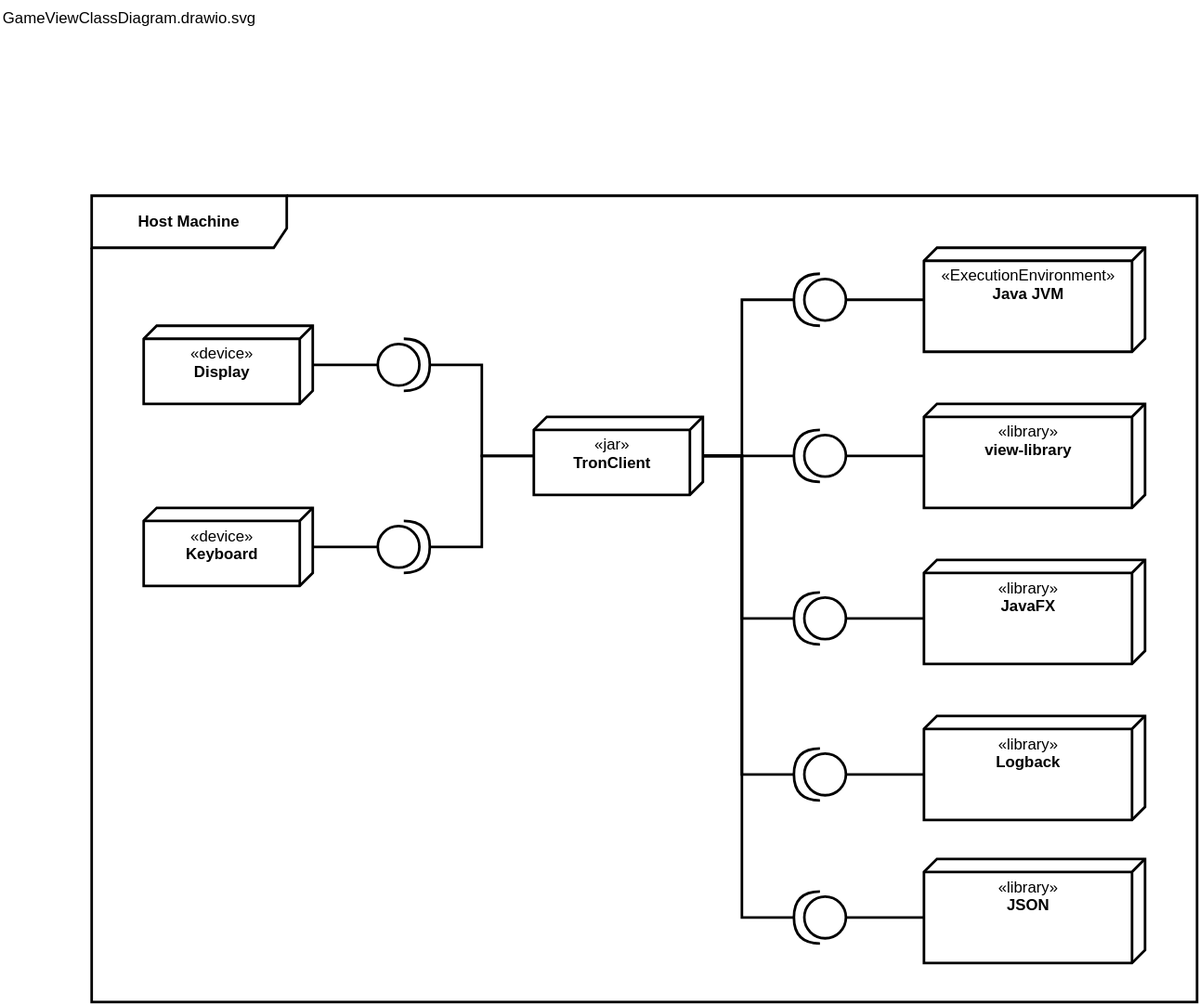
Earlier version of the draw.io export docs/application/diagrams/TechnicalContext.drawio.svg (HaniAlshikh/tron). Source tidied: cells renumbered, new cells last; positions are measured from the earlier drawing's top-left corner, leaving out a move shared by most shapes.
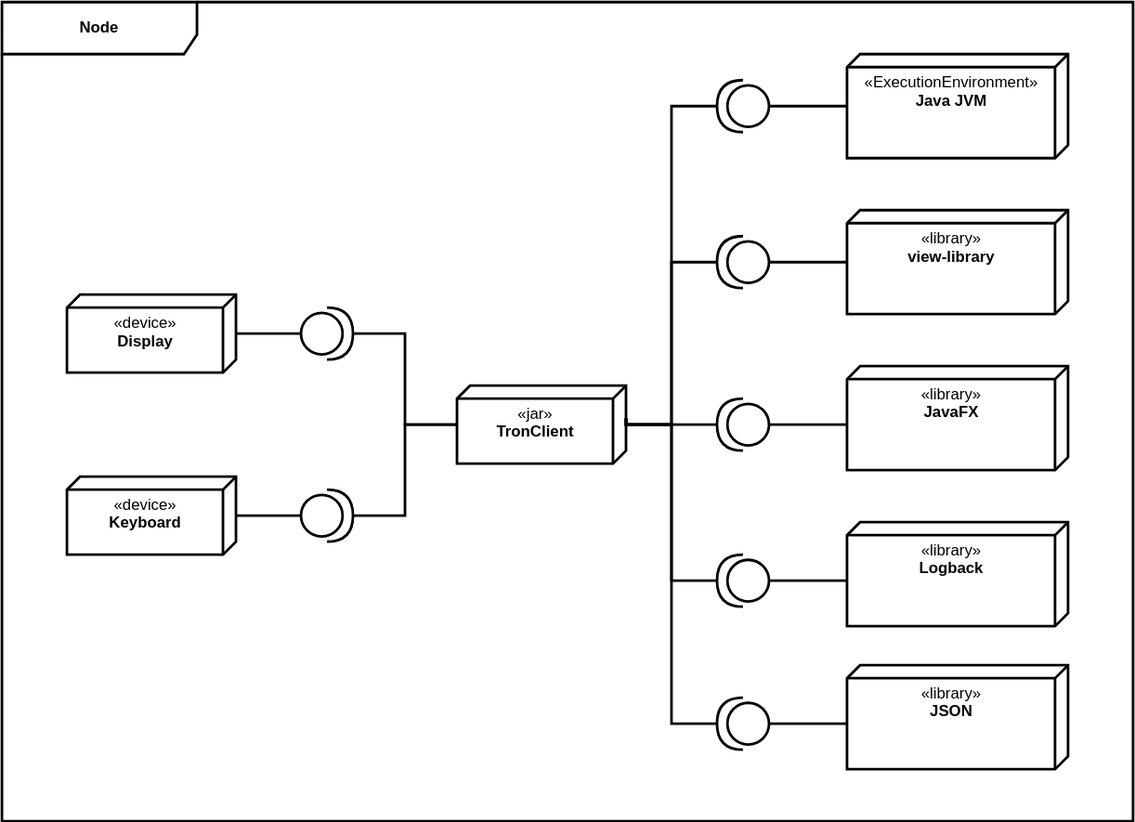
The same file after the commit.

Change to the diagram source:
```diff
@@ -2,20 +2,20 @@
   <root>
     <mxCell id="0" />
     <mxCell id="1" parent="0" />
-    <mxCell id="2" value="&lt;b&gt;Host Machine&lt;/b&gt;" style="shape=umlFrame;whiteSpace=wrap;html=1;fontFamily=Helvetica;strokeWidth=2;align=center;verticalAlign=middle;width=150;height=40;" parent="1" vertex="1">
-      <mxGeometry x="70" y="150" width="850" height="620" as="geometry" />
+    <mxCell id="2" value="&lt;b&gt;Node&lt;/b&gt;" style="shape=umlFrame;whiteSpace=wrap;html=1;fontFamily=Helvetica;strokeWidth=2;align=center;verticalAlign=middle;width=150;height=40;" parent="1" vertex="1">
+      <mxGeometry x="60" y="150" width="870" height="630" as="geometry" />
     </mxCell>
     <mxCell id="3" style="edgeStyle=orthogonalEdgeStyle;rounded=0;jettySize=auto;html=1;entryX=0;entryY=0.5;entryDx=0;entryDy=0;entryPerimeter=0;fontFamily=Helvetica;fontSize=12;endArrow=none;endFill=0;strokeWidth=2;" parent="1" edge="1" source="4" target="23">
       <mxGeometry relative="1" as="geometry" />
     </mxCell>
     <mxCell id="4" value="«device»&lt;br&gt;&lt;b&gt;Keyboard&lt;/b&gt;" style="verticalAlign=top;align=center;spacingTop=8;spacingLeft=2;spacingRight=12;shape=cube;size=10;direction=south;fontStyle=0;html=1;strokeWidth=2;" parent="1" vertex="1">
-      <mxGeometry x="110" y="390" width="130" height="60" as="geometry" />
+      <mxGeometry x="110" y="515" width="130" height="60" as="geometry" />
     </mxCell>
     <mxCell id="5" style="edgeStyle=orthogonalEdgeStyle;rounded=0;jettySize=auto;html=1;entryX=0;entryY=0.5;entryDx=0;entryDy=0;entryPerimeter=0;fontFamily=Helvetica;fontSize=12;endArrow=none;endFill=0;strokeWidth=2;" parent="1" edge="1" source="6" target="22">
       <mxGeometry relative="1" as="geometry" />
     </mxCell>
     <mxCell id="6" value="«device»&lt;br&gt;&lt;b&gt;Display&lt;/b&gt;" style="verticalAlign=top;align=center;spacingTop=8;spacingLeft=2;spacingRight=12;shape=cube;size=10;direction=south;fontStyle=0;html=1;strokeWidth=2;" parent="1" vertex="1">
-      <mxGeometry x="110" y="250" width="130" height="60" as="geometry" />
+      <mxGeometry x="110" y="375" width="130" height="60" as="geometry" />
     </mxCell>
     <mxCell id="7" style="edgeStyle=orthogonalEdgeStyle;rounded=0;jettySize=auto;html=1;entryX=0;entryY=0.5;entryDx=0;entryDy=0;entryPerimeter=0;fontFamily=Helvetica;fontSize=12;endArrow=none;endFill=0;strokeWidth=2;" parent="1" edge="1" source="8" target="19">
       <mxGeometry relative="1" as="geometry" />
@@ -38,83 +38,83 @@
     <mxCell id="13" style="edgeStyle=orthogonalEdgeStyle;rounded=0;jettySize=auto;html=1;entryX=1;entryY=0.5;entryDx=0;entryDy=0;entryPerimeter=0;fontFamily=Helvetica;fontSize=12;endArrow=none;endFill=0;strokeWidth=2;" parent="1" edge="1" source="17" target="23">
       <mxGeometry relative="1" as="geometry" />
     </mxCell>
-    <mxCell id="14" style="edgeStyle=orthogonalEdgeStyle;rounded=0;jettySize=auto;html=1;entryX=1;entryY=0.5;entryDx=0;entryDy=0;entryPerimeter=0;fontFamily=Helvetica;fontSize=12;endArrow=none;endFill=0;strokeWidth=2;" parent="1" edge="1" source="17" target="18">
-      <mxGeometry relative="1" as="geometry">
-        <Array as="points">
-          <mxPoint x="570" y="350" />
-          <mxPoint x="570" y="230" />
-        </Array>
-      </mxGeometry>
-    </mxCell>
-    <mxCell id="15" style="edgeStyle=orthogonalEdgeStyle;rounded=0;jettySize=auto;html=1;entryX=1;entryY=0.5;entryDx=0;entryDy=0;entryPerimeter=0;fontFamily=Helvetica;fontSize=12;endArrow=none;endFill=0;strokeWidth=2;" parent="1" edge="1" source="17" target="19">
-      <mxGeometry relative="1" as="geometry" />
-    </mxCell>
-    <mxCell id="16" style="edgeStyle=orthogonalEdgeStyle;rounded=0;jettySize=auto;html=1;entryX=1;entryY=0.5;entryDx=0;entryDy=0;entryPerimeter=0;fontFamily=Helvetica;fontSize=12;endArrow=none;endFill=0;strokeWidth=2;" parent="1" edge="1" source="17" target="21">
-      <mxGeometry relative="1" as="geometry">
-        <Array as="points">
-          <mxPoint x="570" y="350" />
-          <mxPoint x="570" y="475" />
-        </Array>
-      </mxGeometry>
-    </mxCell>
     <mxCell id="17" value="«jar»&lt;br&gt;&lt;b&gt;TronClient&lt;/b&gt;" style="verticalAlign=top;align=center;spacingTop=8;spacingLeft=2;spacingRight=12;shape=cube;size=10;direction=south;fontStyle=0;html=1;strokeWidth=2;" parent="1" vertex="1">
-      <mxGeometry x="410" y="320" width="130" height="60" as="geometry" />
+      <mxGeometry x="410" y="445" width="130" height="60" as="geometry" />
     </mxCell>
+    <mxCell id="33" style="edgeStyle=orthogonalEdgeStyle;shape=connector;rounded=0;html=1;labelBackgroundColor=default;fontFamily=Helvetica;fontSize=11;fontColor=default;endArrow=none;endFill=0;strokeColor=default;strokeWidth=2;entryX=0;entryY=0;entryDx=25;entryDy=0;entryPerimeter=0;" parent="1" edge="1" source="18" target="17">
+      <mxGeometry relative="1" as="geometry">
+        <Array as="points">
+          <mxPoint x="575" y="230" />
+          <mxPoint x="575" y="475" />
+          <mxPoint x="540" y="475" />
+        </Array>
+      </mxGeometry>
+    </mxCell>
     <mxCell id="18" style="shape=providedRequiredInterface;html=1;verticalLabelPosition=bottom;sketch=0;fontFamily=Helvetica;fontSize=12;strokeWidth=2;align=center;verticalAlign=middle;rotation=-180;" parent="1" vertex="1">
       <mxGeometry x="610" y="210" width="40" height="40" as="geometry" />
     </mxCell>
+    <mxCell id="34" style="edgeStyle=orthogonalEdgeStyle;shape=connector;rounded=0;html=1;entryX=0;entryY=0;entryDx=25;entryDy=0;entryPerimeter=0;labelBackgroundColor=default;fontFamily=Helvetica;fontSize=11;fontColor=default;endArrow=none;endFill=0;strokeColor=default;strokeWidth=2;" parent="1" edge="1" source="19" target="17">
+      <mxGeometry relative="1" as="geometry">
+        <Array as="points">
+          <mxPoint x="575" y="350" />
+          <mxPoint x="575" y="475" />
+          <mxPoint x="540" y="475" />
+        </Array>
+      </mxGeometry>
+    </mxCell>
     <mxCell id="19" style="shape=providedRequiredInterface;html=1;verticalLabelPosition=bottom;sketch=0;fontFamily=Helvetica;fontSize=12;strokeWidth=2;align=center;verticalAlign=middle;rotation=-180;" parent="1" vertex="1">
       <mxGeometry x="610" y="330" width="40" height="40" as="geometry" />
     </mxCell>
     <mxCell id="20" style="edgeStyle=orthogonalEdgeStyle;rounded=0;jettySize=auto;html=1;entryX=0;entryY=0;entryDx=45;entryDy=170;entryPerimeter=0;fontFamily=Helvetica;fontSize=12;endArrow=none;endFill=0;strokeWidth=2;" parent="1" edge="1" source="21" target="11">
       <mxGeometry relative="1" as="geometry" />
     </mxCell>
+    <mxCell id="35" style="edgeStyle=orthogonalEdgeStyle;shape=connector;rounded=0;html=1;labelBackgroundColor=default;fontFamily=Helvetica;fontSize=11;fontColor=default;endArrow=none;endFill=0;strokeColor=default;strokeWidth=2;" parent="1" edge="1" source="21" target="17">
+      <mxGeometry relative="1" as="geometry" />
+    </mxCell>
     <mxCell id="21" style="shape=providedRequiredInterface;html=1;verticalLabelPosition=bottom;sketch=0;fontFamily=Helvetica;fontSize=12;strokeWidth=2;align=center;verticalAlign=middle;rotation=-180;" parent="1" vertex="1">
       <mxGeometry x="610" y="455" width="40" height="40" as="geometry" />
     </mxCell>
     <mxCell id="22" style="shape=providedRequiredInterface;html=1;verticalLabelPosition=bottom;sketch=0;fontFamily=Helvetica;fontSize=12;strokeWidth=2;align=center;verticalAlign=middle;rotation=0;" parent="1" vertex="1">
-      <mxGeometry x="290" y="260" width="40" height="40" as="geometry" />
+      <mxGeometry x="290" y="385" width="40" height="40" as="geometry" />
     </mxCell>
     <mxCell id="23" style="shape=providedRequiredInterface;html=1;verticalLabelPosition=bottom;sketch=0;fontFamily=Helvetica;fontSize=12;strokeWidth=2;align=center;verticalAlign=middle;rotation=0;" parent="1" vertex="1">
-      <mxGeometry x="290" y="400" width="40" height="40" as="geometry" />
+      <mxGeometry x="290" y="525" width="40" height="40" as="geometry" />
     </mxCell>
     <mxCell id="24" value="«library»&lt;br&gt;&lt;b&gt;Logback&lt;/b&gt;" style="verticalAlign=top;align=center;spacingTop=8;spacingLeft=2;spacingRight=12;shape=cube;size=10;direction=south;fontStyle=0;html=1;strokeWidth=2;" parent="1" vertex="1">
       <mxGeometry x="710" y="550" width="170" height="80" as="geometry" />
     </mxCell>
-    <mxCell id="25" style="edgeStyle=orthogonalEdgeStyle;html=1;strokeWidth=2;endArrow=none;endFill=0;rounded=0;" parent="1" edge="1" source="27">
-      <mxGeometry relative="1" as="geometry">
-        <mxPoint x="540" y="350" as="targetPoint" />
-        <Array as="points">
-          <mxPoint x="570" y="595" />
-          <mxPoint x="570" y="350" />
-        </Array>
-      </mxGeometry>
-    </mxCell>
     <mxCell id="26" style="edgeStyle=orthogonalEdgeStyle;rounded=0;html=1;entryX=0;entryY=0;entryDx=45;entryDy=170;entryPerimeter=0;endArrow=none;endFill=0;strokeWidth=2;" parent="1" edge="1" source="27" target="24">
       <mxGeometry relative="1" as="geometry" />
     </mxCell>
+    <mxCell id="36" style="edgeStyle=orthogonalEdgeStyle;shape=connector;rounded=0;html=1;entryX=0;entryY=0;entryDx=25;entryDy=0;entryPerimeter=0;labelBackgroundColor=default;fontFamily=Helvetica;fontSize=11;fontColor=default;endArrow=none;endFill=0;strokeColor=default;strokeWidth=2;" parent="1" edge="1" source="27" target="17">
+      <mxGeometry relative="1" as="geometry">
+        <Array as="points">
+          <mxPoint x="575" y="595" />
+          <mxPoint x="575" y="475" />
+          <mxPoint x="540" y="475" />
+        </Array>
+      </mxGeometry>
+    </mxCell>
     <mxCell id="27" style="shape=providedRequiredInterface;html=1;verticalLabelPosition=bottom;sketch=0;fontFamily=Helvetica;fontSize=12;strokeWidth=2;align=center;verticalAlign=middle;rotation=-180;" parent="1" vertex="1">
       <mxGeometry x="610" y="575" width="40" height="40" as="geometry" />
     </mxCell>
     <mxCell id="28" value="«library»&lt;br&gt;&lt;b&gt;JSON&lt;/b&gt;" style="verticalAlign=top;align=center;spacingTop=8;spacingLeft=2;spacingRight=12;shape=cube;size=10;direction=south;fontStyle=0;html=1;strokeWidth=2;" parent="1" vertex="1">
       <mxGeometry x="710" y="660" width="170" height="80" as="geometry" />
     </mxCell>
+    <mxCell id="30" style="edgeStyle=orthogonalEdgeStyle;rounded=0;html=1;entryX=0;entryY=0;entryDx=45;entryDy=170;entryPerimeter=0;endArrow=none;endFill=0;strokeWidth=2;" parent="1" edge="1" source="31" target="28">
+      <mxGeometry relative="1" as="geometry" />
+    </mxCell>
-    <mxCell id="29" style="edgeStyle=orthogonalEdgeStyle;rounded=0;html=1;entryX=0.5;entryY=0;entryDx=0;entryDy=0;entryPerimeter=0;endArrow=none;endFill=0;strokeWidth=2;" parent="1" edge="1" source="31" target="17">
+    <mxCell id="29" style="edgeStyle=orthogonalEdgeStyle;shape=connector;rounded=0;html=1;entryX=0;entryY=0;entryDx=25;entryDy=0;entryPerimeter=0;labelBackgroundColor=default;fontFamily=Helvetica;fontSize=11;fontColor=default;endArrow=none;endFill=0;strokeColor=default;strokeWidth=2;" parent="1" edge="1" source="31" target="17">
       <mxGeometry relative="1" as="geometry">
         <Array as="points">
-          <mxPoint x="570" y="705" />
-          <mxPoint x="570" y="350" />
+          <mxPoint x="575" y="705" />
+          <mxPoint x="575" y="475" />
+          <mxPoint x="540" y="475" />
         </Array>
       </mxGeometry>
     </mxCell>
-    <mxCell id="30" style="edgeStyle=orthogonalEdgeStyle;rounded=0;html=1;entryX=0;entryY=0;entryDx=45;entryDy=170;entryPerimeter=0;endArrow=none;endFill=0;strokeWidth=2;" parent="1" edge="1" source="31" target="28">
-      <mxGeometry relative="1" as="geometry" />
-    </mxCell>
     <mxCell id="31" style="shape=providedRequiredInterface;html=1;verticalLabelPosition=bottom;sketch=0;fontFamily=Helvetica;fontSize=12;strokeWidth=2;align=center;verticalAlign=middle;rotation=-180;" parent="1" vertex="1">
       <mxGeometry x="610" y="685" width="40" height="40" as="geometry" />
     </mxCell>
-    <mxCell id="32" value="GameViewClassDiagram.drawio.svg" style="text;html=1;" parent="1" vertex="1">
-      <mxGeometry width="210" height="20" as="geometry" />
-    </mxCell>
   </root>
 </mxGraphModel>
```
